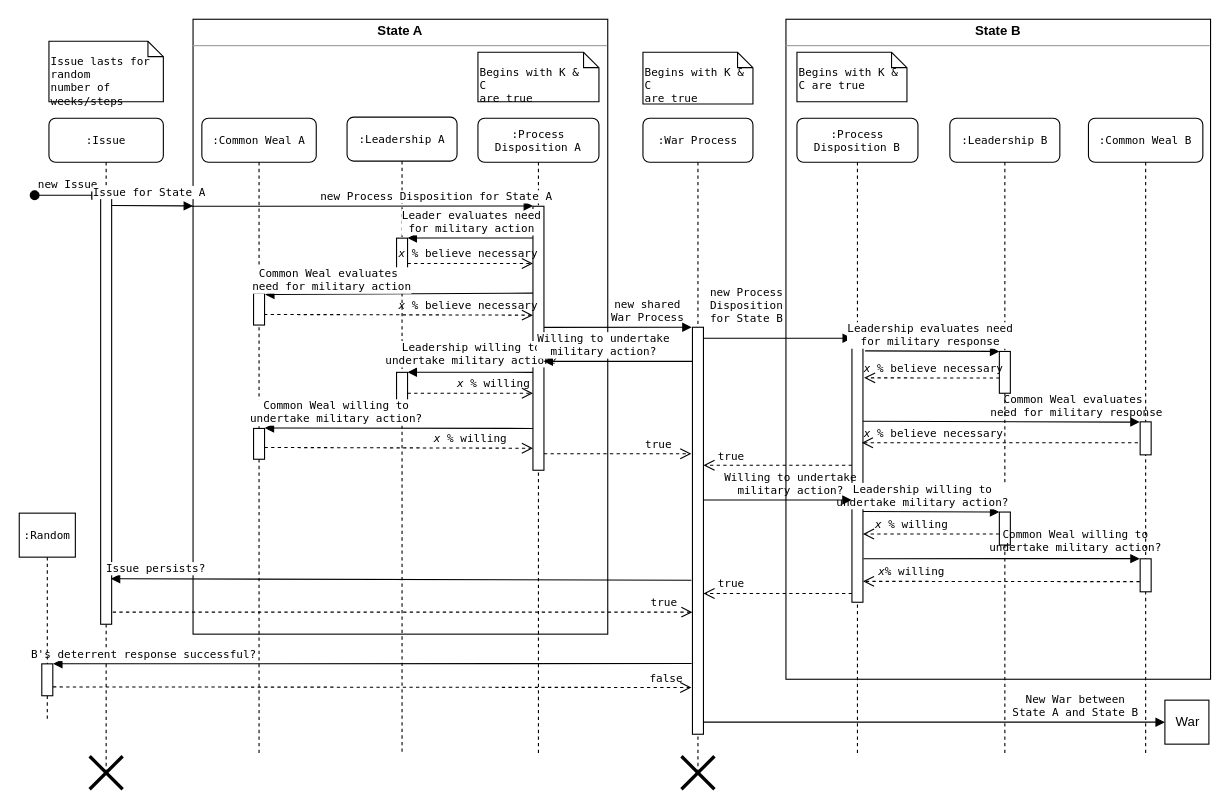
Before: documentation/warProcessUML.drawio in usuallycwdillon/george, a draw.io diagram. Source tidied: cells renumbered, new cells numbered last; positions are measured from the earlier drawing's top-left corner, leaving out a move shared by most shapes. Both pictures are drawn from the tidied source at 110%, with x=0, y=0 at pixel (-66, 19).
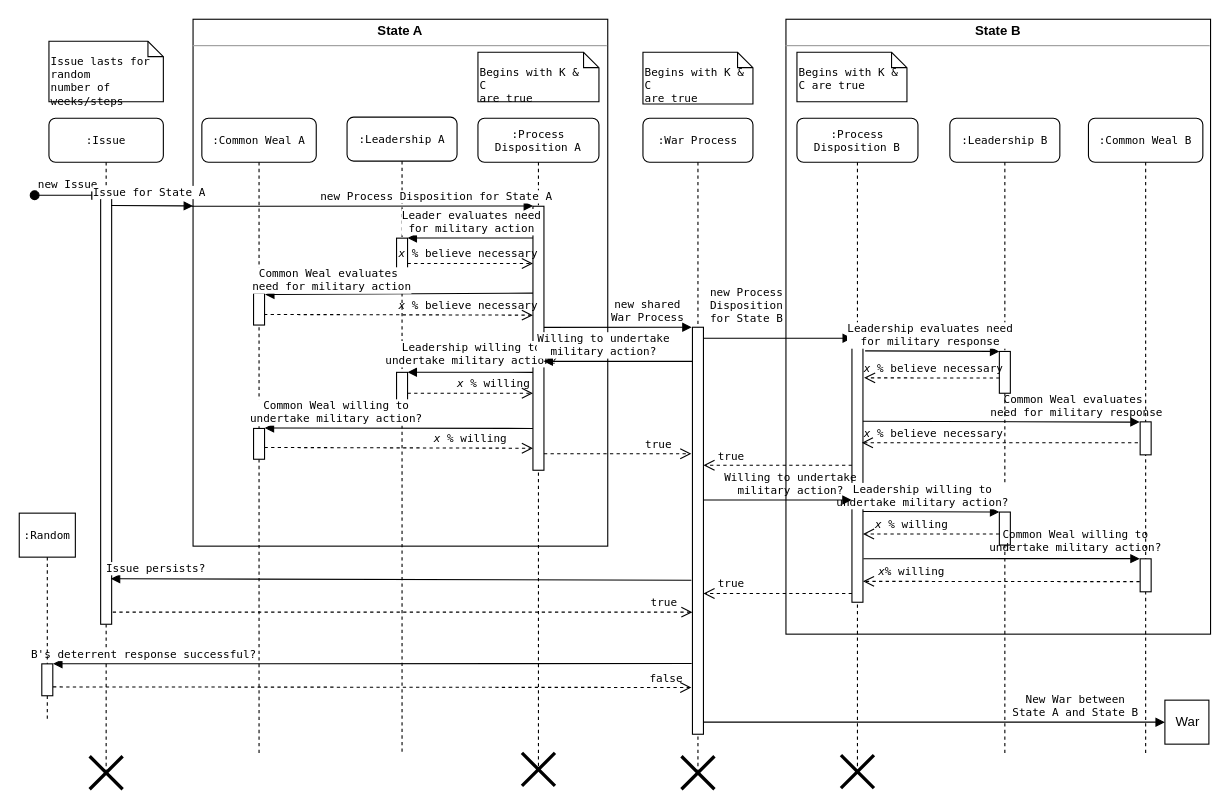
After the change.

What changed in the source:
```diff
@@
     <mxCell id="2" value="&lt;p style=&quot;margin: 0px ; margin-top: 4px ; text-align: center&quot;&gt;&lt;b&gt;State B&lt;/b&gt;&lt;/p&gt;&lt;hr size=&quot;1&quot;&gt;&lt;div style=&quot;height: 2px&quot;&gt;&lt;/div&gt;" style="verticalAlign=top;align=left;overflow=fill;fontSize=12;fontFamily=Helvetica;html=1;" parent="1" vertex="1">
-      <mxGeometry x="774" width="386" height="600" as="geometry" />
+      <mxGeometry x="774" width="386" height="559" as="geometry" />
     </mxCell>
     <mxCell id="3" value="&lt;p style=&quot;margin: 0px ; margin-top: 4px ; text-align: center&quot;&gt;&lt;b&gt;State A&lt;/b&gt;&lt;/p&gt;&lt;hr size=&quot;1&quot;&gt;&lt;div style=&quot;height: 2px&quot;&gt;&lt;/div&gt;" style="verticalAlign=top;align=left;overflow=fill;fontSize=12;fontFamily=Helvetica;html=1;" parent="1" vertex="1">
-      <mxGeometry x="235" width="377" height="559" as="geometry" />
+      <mxGeometry x="235" width="377" height="479" as="geometry" />
     </mxCell>
     <mxCell id="4" value=":Process Disposition A" style="shape=umlLifeline;perimeter=lifelinePerimeter;whiteSpace=wrap;html=1;rounded=1;shadow=0;comic=0;labelBackgroundColor=none;strokeColor=#000000;strokeWidth=1;fillColor=#FFFFFF;fontFamily=Lucida Console;fontSize=10;fontColor=#000000;align=center;" parent="1" vertex="1">
-      <mxGeometry x="494" y="90" width="110" height="580" as="geometry" />
+      <mxGeometry x="494" y="90" width="110" height="589" as="geometry" />
     </mxCell>
@@
     <mxCell id="8" value=":Process Disposition B" style="shape=umlLifeline;perimeter=lifelinePerimeter;whiteSpace=wrap;html=1;rounded=1;shadow=0;comic=0;labelBackgroundColor=none;strokeColor=#000000;strokeWidth=1;fillColor=#FFFFFF;fontFamily=Lucida Console;fontSize=10;fontColor=#000000;align=center;" parent="1" vertex="1">
-      <mxGeometry x="784" y="90" width="110" height="580" as="geometry" />
+      <mxGeometry x="784" y="90" width="110" height="589" as="geometry" />
     </mxCell>
@@
+    <mxCell id="70" style="shape=umlDestroy;whiteSpace=wrap;html=1;strokeWidth=3;fontFamily=Lucida Console;fontSize=10;" parent="1" vertex="1">
+      <mxGeometry x="534" y="667" width="30" height="30" as="geometry" />
+    </mxCell>
+    <mxCell id="71" style="shape=umlDestroy;whiteSpace=wrap;html=1;strokeWidth=3;fontFamily=Lucida Console;fontSize=10;" parent="1" vertex="1">
+      <mxGeometry x="824" y="669" width="30" height="30" as="geometry" />
+    </mxCell>
```
